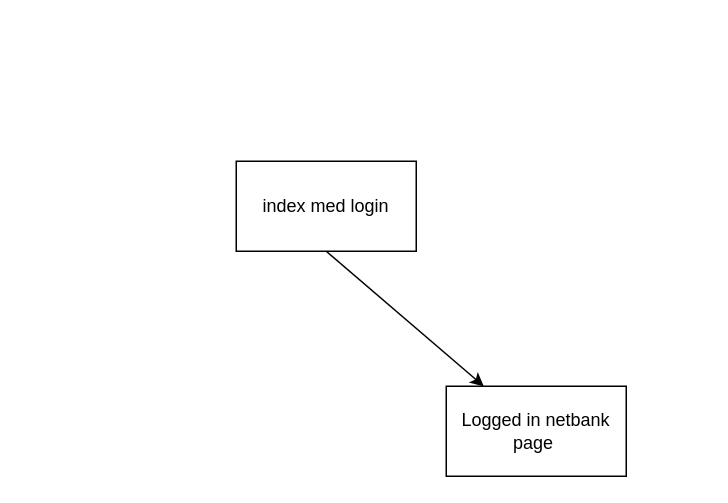
Earlier version of the draw.io diagram netbank_map.drawio (jkunnas58/dat250_netbank_fall_2020). Source tidied: cells renumbered, new cells numbered last; positions are measured from the earlier drawing's top-left corner, leaving out a move shared by most shapes. Both pictures are drawn from the tidied source at 150%, with x=0, y=0 at pixel (236, 160).
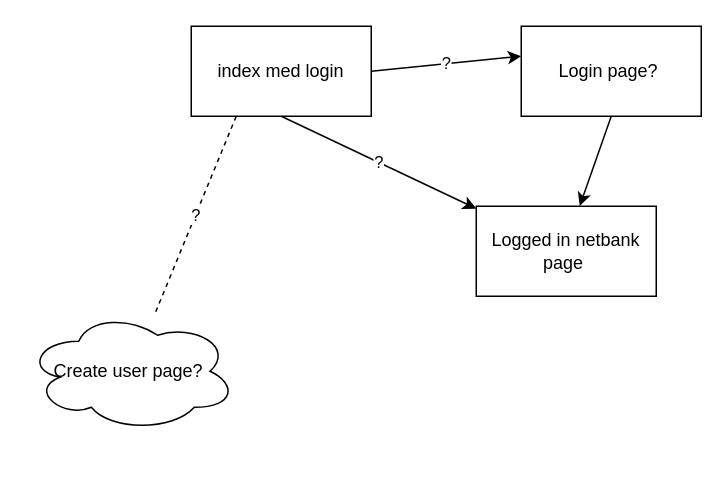
Above is the later version.

What changed in the source:
```diff
@@
 <mxGraphModel>
   <root>
     <mxCell id="0" />
     <mxCell id="1" parent="0" />
     <mxCell id="2" value="index med login" style="rounded=0;whiteSpace=wrap;html=1;" parent="1" vertex="1">
-      <mxGeometry width="120" height="60" as="geometry" />
+      <mxGeometry x="-30" y="-90" width="120" height="60" as="geometry" />
     </mxCell>
-    <mxCell id="3" style="endArrow=classic;html=1;exitX=0.5;exitY=1;exitDx=0;exitDy=0;" parent="1" edge="1" source="2" target="4">
+    <mxCell id="3" value="?" style="endArrow=classic;html=1;exitX=0.5;exitY=1;exitDx=0;exitDy=0;" parent="1" edge="1" source="2" target="4">
       <mxGeometry relative="1" as="geometry" />
     </mxCell>
     <mxCell id="4" value="Logged in netbank page&amp;nbsp;" style="rounded=0;whiteSpace=wrap;html=1;" parent="1" vertex="1">
-      <mxGeometry x="140" y="150" width="120" height="60" as="geometry" />
+      <mxGeometry x="160" y="30" width="120" height="60" as="geometry" />
     </mxCell>
+    <mxCell id="5" value="?" style="endArrow=none;dashed=1;html=1;exitX=0.25;exitY=1;exitDx=0;exitDy=0;" parent="1" edge="1" source="2" target="6">
+      <mxGeometry relative="1" as="geometry" />
+    </mxCell>
+    <mxCell id="6" value="Create user page?&amp;nbsp;" style="ellipse;shape=cloud;whiteSpace=wrap;html=1;" parent="1" vertex="1">
+      <mxGeometry x="-140" y="100" width="140" height="80" as="geometry" />
+    </mxCell>
+    <mxCell id="7" value="Login page?&amp;nbsp;" style="rounded=0;whiteSpace=wrap;html=1;" parent="1" vertex="1">
+      <mxGeometry x="190" y="-90" width="120" height="60" as="geometry" />
+    </mxCell>
+    <mxCell id="8" value="?" style="endArrow=classic;html=1;exitX=1;exitY=0.5;exitDx=0;exitDy=0;" parent="1" edge="1" source="2">
+      <mxGeometry relative="1" as="geometry">
+        <mxPoint x="190" y="-70" as="targetPoint" />
+      </mxGeometry>
+    </mxCell>
+    <mxCell id="9" style="endArrow=classic;html=1;exitX=1;exitY=0.5;exitDx=0;exitDy=0;entryX=0.575;entryY=-0.002;entryDx=0;entryDy=0;entryPerimeter=0;" parent="1" edge="1" target="4">
+      <mxGeometry relative="1" as="geometry">
+        <mxPoint x="250" y="-30" as="sourcePoint" />
+      </mxGeometry>
+    </mxCell>
   </root>
 </mxGraphModel>
```
